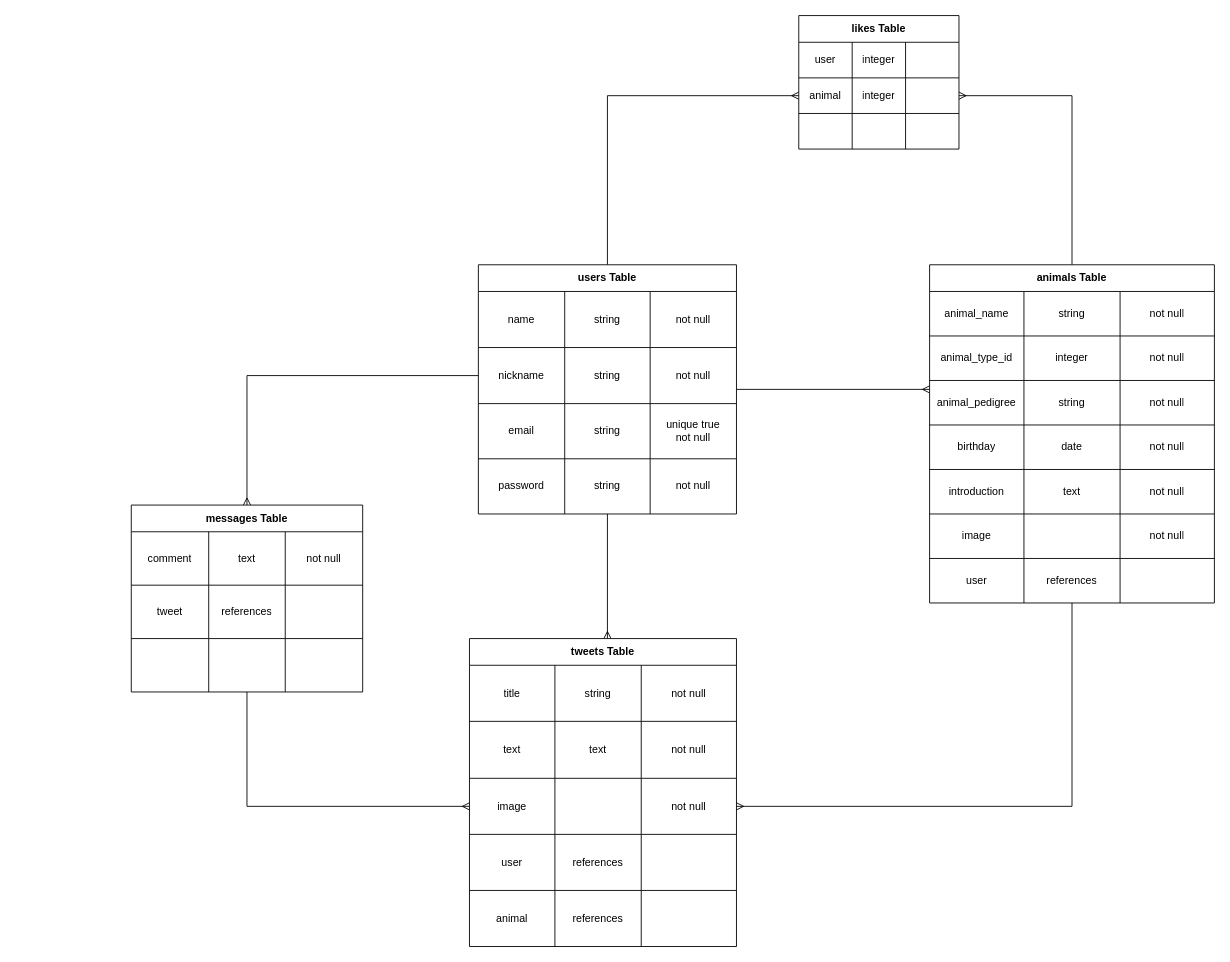
Earlier version of the draw.io diagram er.dio (eveberujeny/animal-1). Source tidied: cells renumbered, new cells numbered last; positions are measured from the earlier drawing's top-left corner, leaving out a move shared by most shapes. Both pictures are drawn from the tidied source at 89%, with x=0, y=0 at pixel (131, 15).
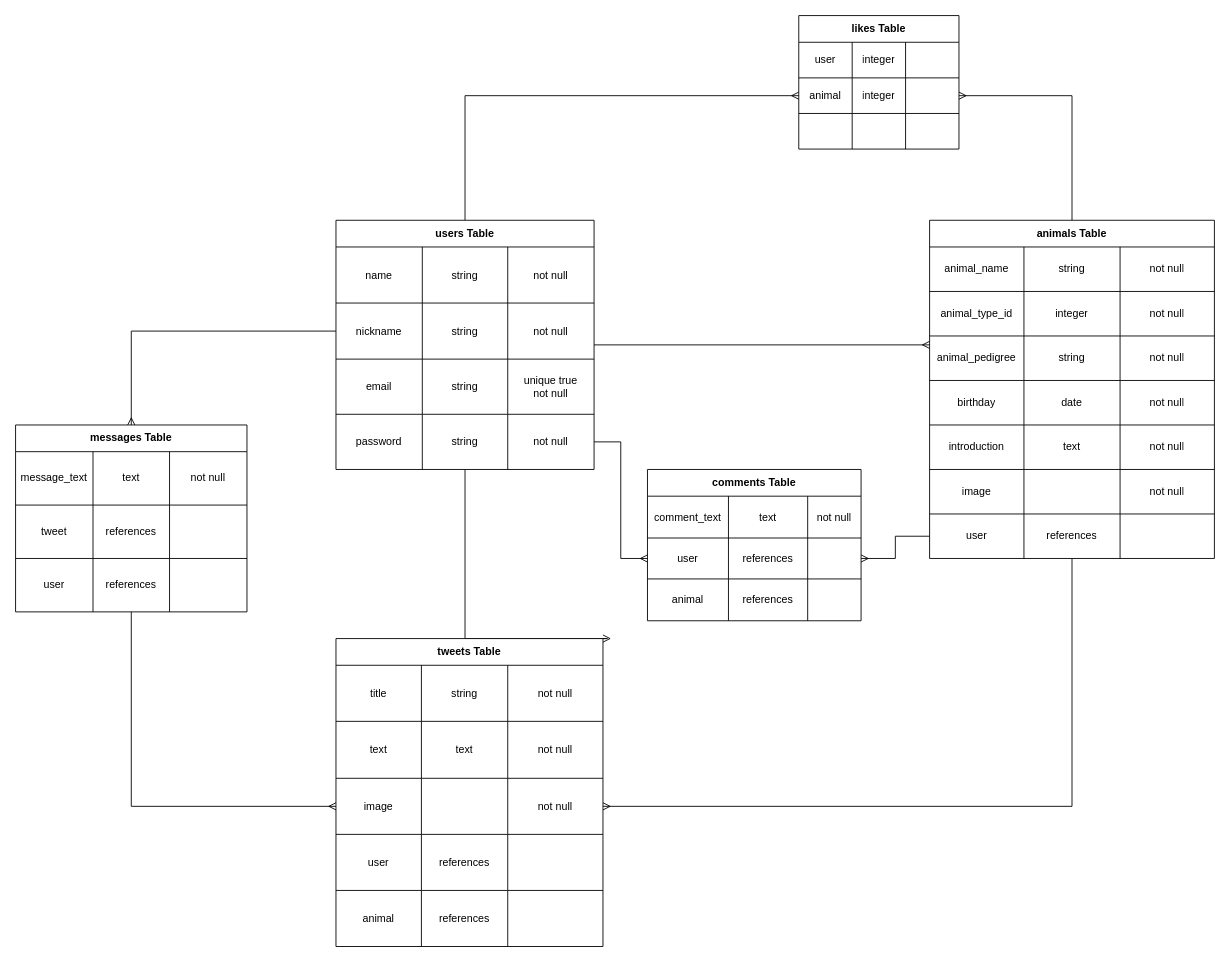
Above is the later version.

Unchanged cells that the change refers to:
```xml
<mxCell id="18" style="shape=partialRectangle;html=1;whiteSpace=wrap;fillColor=none;top=0;left=0;bottom=0;right=0;points=[[0,0.5],[1,0.5]];portConstraint=eastwest;" parent="5" vertex="1">
  <mxGeometry y="218" width="290" height="62" as="geometry" />
</mxCell>
<mxCell id="49" style="shape=partialRectangle;html=1;whiteSpace=wrap;fillColor=none;top=0;left=0;bottom=0;right=0;points=[[0,0.5],[1,0.5]];portConstraint=eastwest;" parent="24" vertex="1">
  <mxGeometry y="330" width="320" height="50" as="geometry" />
</mxCell>
<mxCell id="76" style="shape=partialRectangle;html=1;whiteSpace=wrap;fillColor=none;top=0;left=0;bottom=0;right=0;" parent="75" vertex="1">
  <mxGeometry y="30" width="260" height="60" as="geometry" />
</mxCell>
<mxCell id="84" style="shape=partialRectangle;html=1;whiteSpace=wrap;fillColor=none;top=0;left=0;bottom=0;right=0;" parent="75" vertex="1">
  <mxGeometry y="150" width="260" height="60" as="geometry" />
</mxCell>
```

Diff of the diagram source:
```diff
@@
     <mxCell id="5" value="users Table" style="shape=table;html=1;whiteSpace=wrap;startSize=30;childLayout=tableLayout;fontStyle=1;align=center;" parent="1" vertex="1">
-      <mxGeometry x="390" y="280" width="290" height="280" as="geometry" />
+      <mxGeometry x="230" y="230" width="290" height="280" as="geometry" />
     </mxCell>
@@
     <mxCell id="24" value="animals Table" style="shape=table;html=1;whiteSpace=wrap;startSize=30;childLayout=tableLayout;fontStyle=1;align=center;" parent="1" vertex="1">
-      <mxGeometry x="897" y="280" width="320" height="380" as="geometry" />
+      <mxGeometry x="897" y="230" width="320" height="380" as="geometry" />
     </mxCell>
@@
     <mxCell id="53" value="tweets Table" style="shape=table;html=1;whiteSpace=wrap;startSize=30;childLayout=tableLayout;fontStyle=1;align=center;" parent="1" vertex="1">
-      <mxGeometry x="380" y="700" width="300" height="346" as="geometry" />
+      <mxGeometry x="230" y="700" width="300" height="346" as="geometry" />
     </mxCell>
@@
     <mxCell id="75" value="messages Table" style="shape=table;html=1;whiteSpace=wrap;startSize=30;childLayout=tableLayout;fontStyle=1;align=center;" parent="1" vertex="1">
-      <mxGeometry y="550" width="260" height="210" as="geometry" />
+      <mxGeometry x="-130" y="460" width="260" height="210" as="geometry" />
     </mxCell>
@@
-    <mxCell id="77" value="comment" style="shape=partialRectangle;html=1;whiteSpace=wrap;fillColor=none;top=0;left=0;bottom=0;right=0;overflow=hidden;" parent="76" vertex="1">
+    <mxCell id="77" value="message_text" style="shape=partialRectangle;html=1;whiteSpace=wrap;fillColor=none;top=0;left=0;bottom=0;right=0;overflow=hidden;" parent="76" vertex="1">
       <mxGeometry width="87" height="60" as="geometry" />
     </mxCell>
@@
-    <mxCell id="85" style="shape=partialRectangle;html=1;whiteSpace=wrap;fillColor=none;top=0;left=0;bottom=0;right=0;overflow=hidden;" parent="84" vertex="1">
+    <mxCell id="85" value="user" style="shape=partialRectangle;html=1;whiteSpace=wrap;fillColor=none;top=0;left=0;bottom=0;right=0;overflow=hidden;" parent="84" vertex="1">
       <mxGeometry width="87" height="60" as="geometry" />
     </mxCell>
-    <mxCell id="86" style="shape=partialRectangle;html=1;whiteSpace=wrap;fillColor=none;top=0;left=0;bottom=0;right=0;overflow=hidden;" parent="84" vertex="1">
+    <mxCell id="86" value="references" style="shape=partialRectangle;html=1;whiteSpace=wrap;fillColor=none;top=0;left=0;bottom=0;right=0;overflow=hidden;" parent="84" vertex="1">
       <mxGeometry x="87" width="86" height="60" as="geometry" />
     </mxCell>
@@
+    <mxCell id="102" value="comments Table" style="shape=table;html=1;whiteSpace=wrap;startSize=30;childLayout=tableLayout;fontStyle=1;align=center;" parent="1" vertex="1">
+      <mxGeometry x="580" y="510" width="240" height="170" as="geometry" />
+    </mxCell>
+    <mxCell id="103" style="shape=partialRectangle;html=1;whiteSpace=wrap;fillColor=none;top=0;left=0;bottom=0;right=0;" parent="102" vertex="1">
+      <mxGeometry y="30" width="240" height="47" as="geometry" />
+    </mxCell>
+    <mxCell id="104" value="comment_text" style="shape=partialRectangle;html=1;whiteSpace=wrap;fillColor=none;top=0;left=0;bottom=0;right=0;overflow=hidden;" parent="103" vertex="1">
+      <mxGeometry width="91" height="47" as="geometry" />
+    </mxCell>
+    <mxCell id="105" value="text" style="shape=partialRectangle;html=1;whiteSpace=wrap;fillColor=none;top=0;left=0;bottom=0;right=0;overflow=hidden;" parent="103" vertex="1">
+      <mxGeometry x="91" width="89" height="47" as="geometry" />
+    </mxCell>
+    <mxCell id="106" value="not null" style="shape=partialRectangle;html=1;whiteSpace=wrap;fillColor=none;top=0;left=0;bottom=0;right=0;overflow=hidden;" parent="103" vertex="1">
+      <mxGeometry x="180" width="60" height="47" as="geometry" />
+    </mxCell>
+    <mxCell id="107" style="shape=partialRectangle;html=1;whiteSpace=wrap;fillColor=none;top=0;left=0;bottom=0;right=0;points=[[0,0.5],[1,0.5]];portConstraint=eastwest;" parent="102" vertex="1">
+      <mxGeometry y="77" width="240" height="46" as="geometry" />
+    </mxCell>
+    <mxCell id="108" value="user" style="shape=partialRectangle;html=1;whiteSpace=wrap;fillColor=none;top=0;left=0;bottom=0;right=0;overflow=hidden;" parent="107" vertex="1">
+      <mxGeometry width="91" height="46" as="geometry" />
+    </mxCell>
+    <mxCell id="109" value="references" style="shape=partialRectangle;html=1;whiteSpace=wrap;fillColor=none;top=0;left=0;bottom=0;right=0;overflow=hidden;" parent="107" vertex="1">
+      <mxGeometry x="91" width="89" height="46" as="geometry" />
+    </mxCell>
+    <mxCell id="110" style="shape=partialRectangle;html=1;whiteSpace=wrap;fillColor=none;top=0;left=0;bottom=0;right=0;overflow=hidden;" parent="107" vertex="1">
+      <mxGeometry x="180" width="60" height="46" as="geometry" />
+    </mxCell>
+    <mxCell id="111" style="shape=partialRectangle;html=1;whiteSpace=wrap;fillColor=none;top=0;left=0;bottom=0;right=0;" parent="102" vertex="1">
+      <mxGeometry y="123" width="240" height="47" as="geometry" />
+    </mxCell>
+    <mxCell id="112" value="animal" style="shape=partialRectangle;html=1;whiteSpace=wrap;fillColor=none;top=0;left=0;bottom=0;right=0;overflow=hidden;" parent="111" vertex="1">
+      <mxGeometry width="91" height="47" as="geometry" />
+    </mxCell>
+    <mxCell id="113" value="references" style="shape=partialRectangle;html=1;whiteSpace=wrap;fillColor=none;top=0;left=0;bottom=0;right=0;overflow=hidden;" parent="111" vertex="1">
+      <mxGeometry x="91" width="89" height="47" as="geometry" />
+    </mxCell>
+    <mxCell id="114" style="shape=partialRectangle;html=1;whiteSpace=wrap;fillColor=none;top=0;left=0;bottom=0;right=0;overflow=hidden;" parent="111" vertex="1">
+      <mxGeometry x="180" width="60" height="47" as="geometry" />
+    </mxCell>
+    <mxCell id="115" style="edgeStyle=orthogonalEdgeStyle;rounded=0;jettySize=auto;html=1;entryX=0;entryY=0.5;entryDx=0;entryDy=0;endArrow=ERmany;endFill=0;" parent="1" edge="1" source="18" target="107">
+      <mxGeometry relative="1" as="geometry" />
+    </mxCell>
+    <mxCell id="116" style="edgeStyle=orthogonalEdgeStyle;rounded=0;jettySize=auto;html=1;entryX=1;entryY=0.5;entryDx=0;entryDy=0;endArrow=ERmany;endFill=0;" parent="1" edge="1" source="49" target="107">
+      <mxGeometry relative="1" as="geometry" />
+    </mxCell>
```
